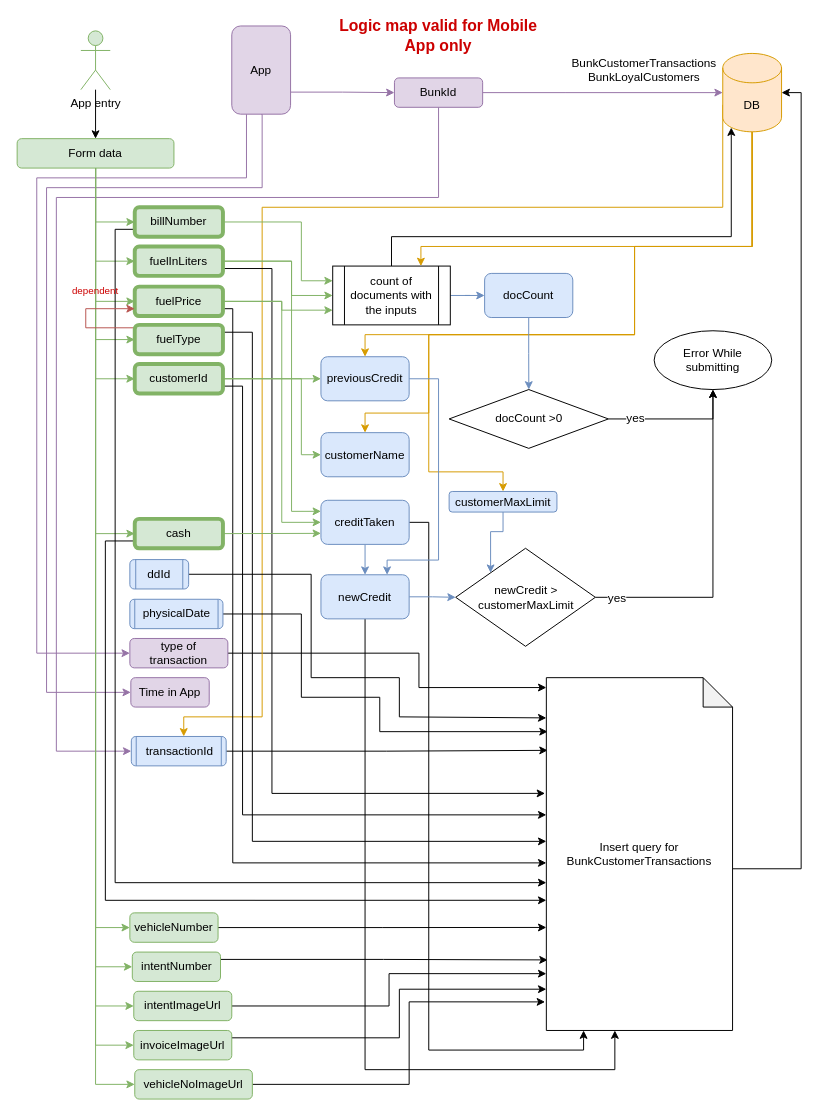
Before: page "Type == Expense" (2 of 3) of Creditor_Transactions.drawio in LakshEternl/GazoLogicMap, a draw.io diagram. Source tidied: cells renumbered, new cells numbered last; positions are measured from the earlier drawing's top-left corner, leaving out a move shared by most shapes. Both pictures are drawn from the tidied source at 98%, with x=0, y=0 at pixel (17, 21).
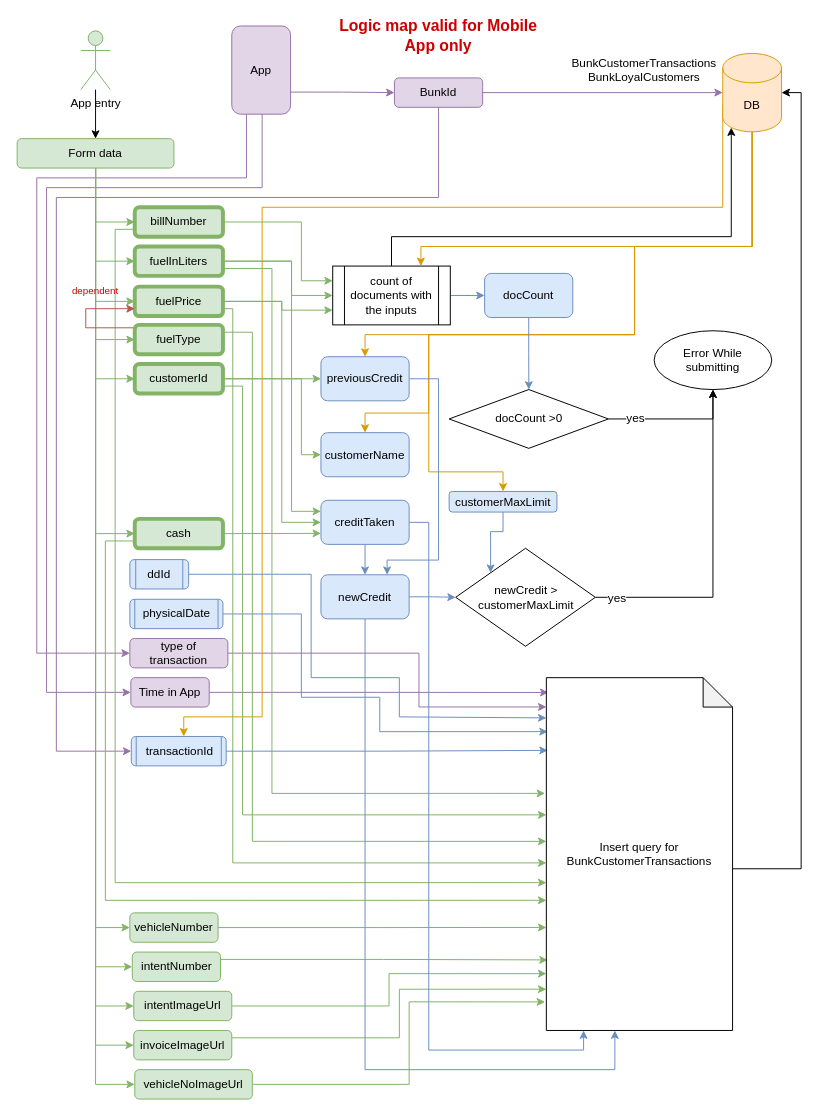
Above is the later version.

Unchanged cells that the change refers to:
```xml
<mxCell id="3" value="type of transaction" style="rounded=1;whiteSpace=wrap;html=1;fillColor=#e1d5e7;strokeColor=#9673a6;" parent="1" vertex="1">
  <mxGeometry x="115" y="630" width="100" height="30" as="geometry" />
</mxCell>
<mxCell id="4" value="Time in App" style="rounded=1;whiteSpace=wrap;html=1;fillColor=#e1d5e7;strokeColor=#9673a6;" parent="1" vertex="1">
  <mxGeometry x="116" y="670" width="80" height="30" as="geometry" />
</mxCell>
<mxCell id="34" value="ddId" style="shape=process;whiteSpace=wrap;html=1;backgroundOutline=1;fillColor=#dae8fc;strokeColor=#6c8ebf;rounded=1;" parent="1" vertex="1">
  <mxGeometry x="115" y="549.5" width="60" height="30" as="geometry" />
</mxCell>
<mxCell id="36" value="physicalDate" style="shape=process;whiteSpace=wrap;html=1;backgroundOutline=1;fillColor=#dae8fc;strokeColor=#6c8ebf;rounded=1;size=0.045454545454545456;" parent="1" vertex="1">
  <mxGeometry x="115" y="590" width="95" height="30" as="geometry" />
</mxCell>
<mxCell id="40" value="billNumber" style="rounded=1;whiteSpace=wrap;html=1;fillColor=#d5e8d4;strokeColor=#82b366;strokeWidth=4;" parent="1" vertex="1">
  <mxGeometry x="120" y="190" width="90" height="30" as="geometry" />
</mxCell>
<mxCell id="44" value="fuelInLiters" style="rounded=1;whiteSpace=wrap;html=1;fillColor=#d5e8d4;strokeColor=#82b366;strokeWidth=4;" parent="1" vertex="1">
  <mxGeometry x="120" y="230" width="90" height="30" as="geometry" />
</mxCell>
<mxCell id="48" value="fuelPrice" style="rounded=1;whiteSpace=wrap;html=1;fillColor=#d5e8d4;strokeColor=#82b366;strokeWidth=4;" parent="1" vertex="1">
  <mxGeometry x="120" y="271" width="90" height="30" as="geometry" />
</mxCell>
<mxCell id="59" value="intentImageUrl" style="rounded=1;whiteSpace=wrap;html=1;fillColor=#d5e8d4;strokeColor=#82b366;" parent="1" vertex="1">
  <mxGeometry x="119" y="990" width="100" height="30" as="geometry" />
</mxCell>
<mxCell id="61" value="invoiceImageUrl" style="rounded=1;whiteSpace=wrap;html=1;fillColor=#d5e8d4;strokeColor=#82b366;" parent="1" vertex="1">
  <mxGeometry x="119" y="1030" width="100" height="30" as="geometry" />
</mxCell>
<mxCell id="63" value="vehicleNoImageUrl" style="rounded=1;whiteSpace=wrap;html=1;fillColor=#d5e8d4;strokeColor=#82b366;" parent="1" vertex="1">
  <mxGeometry x="120" y="1070" width="120" height="30" as="geometry" />
</mxCell>
<mxCell id="66" value="fuelType" style="rounded=1;whiteSpace=wrap;html=1;fillColor=#d5e8d4;strokeColor=#82b366;strokeWidth=4;" parent="1" vertex="1">
  <mxGeometry x="120" y="310" width="90" height="30" as="geometry" />
</mxCell>
<mxCell id="70" value="customerId" style="rounded=1;whiteSpace=wrap;html=1;fillColor=#d5e8d4;strokeColor=#82b366;strokeWidth=4;" parent="1" vertex="1">
  <mxGeometry x="120" y="350" width="90" height="30" as="geometry" />
</mxCell>
<mxCell id="73" value="cash" style="rounded=1;whiteSpace=wrap;html=1;fillColor=#d5e8d4;strokeColor=#82b366;strokeWidth=4;" parent="1" vertex="1">
  <mxGeometry x="120" y="508" width="90" height="30" as="geometry" />
</mxCell>
<mxCell id="75" value="vehicleNumber" style="rounded=1;whiteSpace=wrap;html=1;fillColor=#d5e8d4;strokeColor=#82b366;" parent="1" vertex="1">
  <mxGeometry x="115" y="910" width="90" height="30" as="geometry" />
</mxCell>
<mxCell id="77" value="intentNumber" style="rounded=1;whiteSpace=wrap;html=1;fillColor=#d5e8d4;strokeColor=#82b366;" parent="1" vertex="1">
  <mxGeometry x="117.5" y="950" width="90" height="30" as="geometry" />
</mxCell>
<mxCell id="79" value="transactionId" style="shape=process;whiteSpace=wrap;html=1;backgroundOutline=1;fillColor=#dae8fc;strokeColor=#6c8ebf;rounded=1;size=0.02727272727272727;" parent="1" vertex="1">
  <mxGeometry x="116.5" y="730" width="96.8" height="30" as="geometry" />
</mxCell>
<mxCell id="82" value="creditTaken" style="rounded=1;whiteSpace=wrap;html=1;fillColor=#dae8fc;strokeColor=#6c8ebf;" parent="1" vertex="1">
  <mxGeometry x="310" y="489" width="90" height="45" as="geometry" />
</mxCell>
<mxCell id="89" value="newCredit" style="rounded=1;whiteSpace=wrap;html=1;fillColor=#dae8fc;strokeColor=#6c8ebf;" parent="1" vertex="1">
  <mxGeometry x="310" y="565" width="90" height="45" as="geometry" />
</mxCell>
<mxCell id="97" value="&lt;font style=&quot;font-size: 12px;&quot;&gt;&lt;font color=&quot;#000000&quot;&gt;Insert query for BunkCustomerTransactions&lt;/font&gt;&lt;br&gt;&lt;/font&gt;" style="shape=note;whiteSpace=wrap;html=1;backgroundOutline=1;darkOpacity=0.05;fontSize=10;fontColor=#CC0000;size=30;" parent="1" vertex="1">
  <mxGeometry x="540" y="670" width="190" height="360" as="geometry" />
</mxCell>
```

Change to the diagram source:
```diff
@@
-    <mxCell id="2" style="edgeStyle=orthogonalEdgeStyle;rounded=0;jettySize=auto;html=1;exitX=1;exitY=0.5;exitDx=0;exitDy=0;entryX=0;entryY=0.028;entryDx=0;entryDy=0;entryPerimeter=0;" parent="1" edge="1" source="3" target="97">
+    <mxCell id="2" style="edgeStyle=orthogonalEdgeStyle;rounded=0;jettySize=auto;html=1;exitX=1;exitY=0.5;exitDx=0;exitDy=0;entryX=0;entryY=0.083;entryDx=0;entryDy=0;entryPerimeter=0;fillColor=#e1d5e7;strokeColor=#9673a6;" parent="1" edge="1" source="3" target="97">
       <mxGeometry relative="1" as="geometry">
         <Array as="points">
           <mxPoint x="410" y="645" />
-          <mxPoint x="410" y="680" />
+          <mxPoint x="410" y="700" />
         </Array>
       </mxGeometry>
     </mxCell>
@@
+    <mxCell id="98" style="edgeStyle=orthogonalEdgeStyle;rounded=0;jettySize=auto;html=1;exitX=1;exitY=0.5;exitDx=0;exitDy=0;entryX=0.011;entryY=0.042;entryDx=0;entryDy=0;entryPerimeter=0;fontSize=12;fontColor=#000000;fillColor=#e1d5e7;strokeColor=#9673a6;" parent="1" edge="1" source="4" target="97">
+      <mxGeometry relative="1" as="geometry" />
+    </mxCell>
@@
-    <mxCell id="33" style="edgeStyle=orthogonalEdgeStyle;rounded=0;jettySize=auto;html=1;exitX=1;exitY=0.5;exitDx=0;exitDy=0;entryX=0;entryY=0.114;entryDx=0;entryDy=0;entryPerimeter=0;" parent="1" edge="1" source="34" target="97">
+    <mxCell id="33" style="edgeStyle=orthogonalEdgeStyle;rounded=0;jettySize=auto;html=1;exitX=1;exitY=0.5;exitDx=0;exitDy=0;entryX=0;entryY=0.114;entryDx=0;entryDy=0;entryPerimeter=0;fillColor=#dae8fc;strokeColor=#6c8ebf;" parent="1" edge="1" source="34" target="97">
       <mxGeometry relative="1" as="geometry">
         <Array as="points">
           <mxPoint x="300" y="565" />
           <mxPoint x="300" y="670" />
           <mxPoint x="390" y="670" />
           <mxPoint x="390" y="710" />
         </Array>
       </mxGeometry>
     </mxCell>
@@
-    <mxCell id="35" style="edgeStyle=orthogonalEdgeStyle;rounded=0;jettySize=auto;html=1;exitX=1;exitY=0.5;exitDx=0;exitDy=0;entryX=0.007;entryY=0.153;entryDx=0;entryDy=0;entryPerimeter=0;" parent="1" edge="1" source="36" target="97">
+    <mxCell id="35" style="edgeStyle=orthogonalEdgeStyle;rounded=0;jettySize=auto;html=1;exitX=1;exitY=0.5;exitDx=0;exitDy=0;entryX=0.007;entryY=0.153;entryDx=0;entryDy=0;entryPerimeter=0;fillColor=#dae8fc;strokeColor=#6c8ebf;" parent="1" edge="1" source="36" target="97">
       <mxGeometry relative="1" as="geometry">
         <Array as="points">
           <mxPoint x="290" y="605" />
           <mxPoint x="290" y="690" />
           <mxPoint x="370" y="690" />
           <mxPoint x="370" y="725" />
         </Array>
       </mxGeometry>
     </mxCell>
@@
-    <mxCell id="39" style="edgeStyle=orthogonalEdgeStyle;rounded=0;jettySize=auto;html=1;exitX=0;exitY=0.75;exitDx=0;exitDy=0;entryX=0;entryY=0.581;entryDx=0;entryDy=0;entryPerimeter=0;" parent="1" edge="1" source="40" target="97">
+    <mxCell id="39" style="edgeStyle=orthogonalEdgeStyle;rounded=0;jettySize=auto;html=1;exitX=0;exitY=0.75;exitDx=0;exitDy=0;entryX=0;entryY=0.581;entryDx=0;entryDy=0;entryPerimeter=0;fillColor=#d5e8d4;strokeColor=#82b366;" parent="1" edge="1" source="40" target="97">
       <mxGeometry relative="1" as="geometry" />
     </mxCell>
@@
-    <mxCell id="43" style="edgeStyle=orthogonalEdgeStyle;rounded=0;jettySize=auto;html=1;exitX=1;exitY=0.75;exitDx=0;exitDy=0;entryX=-0.007;entryY=0.328;entryDx=0;entryDy=0;entryPerimeter=0;" parent="1" edge="1" source="44" target="97">
+    <mxCell id="43" style="edgeStyle=orthogonalEdgeStyle;rounded=0;jettySize=auto;html=1;exitX=1;exitY=0.75;exitDx=0;exitDy=0;entryX=-0.007;entryY=0.328;entryDx=0;entryDy=0;entryPerimeter=0;fillColor=#d5e8d4;strokeColor=#82b366;" parent="1" edge="1" source="44" target="97">
       <mxGeometry relative="1" as="geometry">
         <Array as="points">
           <mxPoint x="260" y="253" />
           <mxPoint x="260" y="788" />
         </Array>
       </mxGeometry>
     </mxCell>
@@
-    <mxCell id="47" style="edgeStyle=orthogonalEdgeStyle;rounded=0;jettySize=auto;html=1;exitX=1;exitY=0.75;exitDx=0;exitDy=0;entryX=0;entryY=0.525;entryDx=0;entryDy=0;entryPerimeter=0;" parent="1" edge="1" source="48" target="97">
+    <mxCell id="47" style="edgeStyle=orthogonalEdgeStyle;rounded=0;jettySize=auto;html=1;exitX=1;exitY=0.75;exitDx=0;exitDy=0;entryX=0;entryY=0.525;entryDx=0;entryDy=0;entryPerimeter=0;fillColor=#d5e8d4;strokeColor=#82b366;" parent="1" edge="1" source="48" target="97">
       <mxGeometry relative="1" as="geometry">
         <Array as="points">
           <mxPoint x="220" y="294" />
           <mxPoint x="220" y="859" />
         </Array>
       </mxGeometry>
     </mxCell>
@@
-    <mxCell id="58" style="edgeStyle=orthogonalEdgeStyle;rounded=0;jettySize=auto;html=1;exitX=1;exitY=0.5;exitDx=0;exitDy=0;entryX=0;entryY=0.839;entryDx=0;entryDy=0;entryPerimeter=0;" parent="1" edge="1" source="59" target="97">
+    <mxCell id="58" style="edgeStyle=orthogonalEdgeStyle;rounded=0;jettySize=auto;html=1;exitX=1;exitY=0.5;exitDx=0;exitDy=0;entryX=0;entryY=0.839;entryDx=0;entryDy=0;entryPerimeter=0;fillColor=#d5e8d4;strokeColor=#82b366;" parent="1" edge="1" source="59" target="97">
       <mxGeometry relative="1" as="geometry" />
     </mxCell>
@@
-    <mxCell id="60" style="edgeStyle=orthogonalEdgeStyle;rounded=0;jettySize=auto;html=1;exitX=1;exitY=0.25;exitDx=0;exitDy=0;entryX=0;entryY=0.883;entryDx=0;entryDy=0;entryPerimeter=0;" parent="1" edge="1" source="61" target="97">
+    <mxCell id="60" style="edgeStyle=orthogonalEdgeStyle;rounded=0;jettySize=auto;html=1;exitX=1;exitY=0.25;exitDx=0;exitDy=0;entryX=0;entryY=0.883;entryDx=0;entryDy=0;entryPerimeter=0;fillColor=#d5e8d4;strokeColor=#82b366;" parent="1" edge="1" source="61" target="97">
       <mxGeometry relative="1" as="geometry">
         <Array as="points">
           <mxPoint x="390" y="1038" />
           <mxPoint x="390" y="988" />
         </Array>
       </mxGeometry>
     </mxCell>
@@
-    <mxCell id="62" style="edgeStyle=orthogonalEdgeStyle;rounded=0;jettySize=auto;html=1;exitX=1;exitY=0.5;exitDx=0;exitDy=0;entryX=-0.007;entryY=0.919;entryDx=0;entryDy=0;entryPerimeter=0;" parent="1" edge="1" source="63" target="97">
+    <mxCell id="62" style="edgeStyle=orthogonalEdgeStyle;rounded=0;jettySize=auto;html=1;exitX=1;exitY=0.5;exitDx=0;exitDy=0;entryX=-0.007;entryY=0.919;entryDx=0;entryDy=0;entryPerimeter=0;fillColor=#d5e8d4;strokeColor=#82b366;" parent="1" edge="1" source="63" target="97">
       <mxGeometry relative="1" as="geometry">
         <Array as="points">
           <mxPoint x="400" y="1085" />
           <mxPoint x="400" y="1001" />
         </Array>
       </mxGeometry>
     </mxCell>
@@
-    <mxCell id="65" style="edgeStyle=orthogonalEdgeStyle;rounded=0;jettySize=auto;html=1;exitX=1;exitY=0.25;exitDx=0;exitDy=0;entryX=0;entryY=0.464;entryDx=0;entryDy=0;entryPerimeter=0;" parent="1" edge="1" source="66" target="97">
+    <mxCell id="65" style="edgeStyle=orthogonalEdgeStyle;rounded=0;jettySize=auto;html=1;exitX=1;exitY=0.25;exitDx=0;exitDy=0;entryX=0;entryY=0.464;entryDx=0;entryDy=0;entryPerimeter=0;fillColor=#d5e8d4;strokeColor=#82b366;" parent="1" edge="1" source="66" target="97">
       <mxGeometry relative="1" as="geometry">
         <Array as="points">
           <mxPoint x="240" y="318" />
           <mxPoint x="240" y="837" />
         </Array>
       </mxGeometry>
     </mxCell>
@@
-    <mxCell id="69" style="edgeStyle=orthogonalEdgeStyle;rounded=0;jettySize=auto;html=1;exitX=1;exitY=0.75;exitDx=0;exitDy=0;" parent="1" edge="1" source="70" target="97">
+    <mxCell id="69" style="edgeStyle=orthogonalEdgeStyle;rounded=0;jettySize=auto;html=1;exitX=1;exitY=0.75;exitDx=0;exitDy=0;fillColor=#d5e8d4;strokeColor=#82b366;" parent="1" edge="1" source="70" target="97">
       <mxGeometry relative="1" as="geometry">
         <Array as="points">
           <mxPoint x="230" y="373" />
           <mxPoint x="230" y="810" />
         </Array>
       </mxGeometry>
     </mxCell>
@@
-    <mxCell id="72" style="edgeStyle=orthogonalEdgeStyle;rounded=0;jettySize=auto;html=1;exitX=0;exitY=0.75;exitDx=0;exitDy=0;entryX=0;entryY=0.631;entryDx=0;entryDy=0;entryPerimeter=0;" parent="1" edge="1" source="73" target="97">
+    <mxCell id="72" style="edgeStyle=orthogonalEdgeStyle;rounded=0;jettySize=auto;html=1;exitX=0;exitY=0.75;exitDx=0;exitDy=0;entryX=0;entryY=0.631;entryDx=0;entryDy=0;entryPerimeter=0;fillColor=#d5e8d4;strokeColor=#82b366;" parent="1" edge="1" source="73" target="97">
       <mxGeometry relative="1" as="geometry">
         <Array as="points">
           <mxPoint x="90" y="531" />
           <mxPoint x="90" y="897" />
         </Array>
       </mxGeometry>
     </mxCell>
@@
-    <mxCell id="74" style="edgeStyle=orthogonalEdgeStyle;rounded=0;jettySize=auto;html=1;exitX=1;exitY=0.5;exitDx=0;exitDy=0;entryX=0;entryY=0.708;entryDx=0;entryDy=0;entryPerimeter=0;" parent="1" edge="1" source="75" target="97">
+    <mxCell id="74" style="edgeStyle=orthogonalEdgeStyle;rounded=0;jettySize=auto;html=1;exitX=1;exitY=0.5;exitDx=0;exitDy=0;entryX=0;entryY=0.708;entryDx=0;entryDy=0;entryPerimeter=0;fillColor=#d5e8d4;strokeColor=#82b366;" parent="1" edge="1" source="75" target="97">
       <mxGeometry relative="1" as="geometry" />
     </mxCell>
@@
-    <mxCell id="76" style="edgeStyle=orthogonalEdgeStyle;rounded=0;jettySize=auto;html=1;exitX=1;exitY=0.25;exitDx=0;exitDy=0;entryX=0.007;entryY=0.8;entryDx=0;entryDy=0;entryPerimeter=0;" parent="1" edge="1" source="77" target="97">
+    <mxCell id="76" style="edgeStyle=orthogonalEdgeStyle;rounded=0;jettySize=auto;html=1;exitX=1;exitY=0.25;exitDx=0;exitDy=0;entryX=0.007;entryY=0.8;entryDx=0;entryDy=0;entryPerimeter=0;fillColor=#d5e8d4;strokeColor=#82b366;" parent="1" edge="1" source="77" target="97">
       <mxGeometry relative="1" as="geometry" />
     </mxCell>
@@
-    <mxCell id="78" style="edgeStyle=orthogonalEdgeStyle;rounded=0;jettySize=auto;html=1;exitX=1;exitY=0.5;exitDx=0;exitDy=0;entryX=0.007;entryY=0.206;entryDx=0;entryDy=0;entryPerimeter=0;" parent="1" edge="1" source="79" target="97">
+    <mxCell id="78" style="edgeStyle=orthogonalEdgeStyle;rounded=0;jettySize=auto;html=1;exitX=1;exitY=0.5;exitDx=0;exitDy=0;entryX=0.007;entryY=0.206;entryDx=0;entryDy=0;entryPerimeter=0;fillColor=#dae8fc;strokeColor=#6c8ebf;" parent="1" edge="1" source="79" target="97">
       <mxGeometry relative="1" as="geometry" />
     </mxCell>
@@
-    <mxCell id="81" style="edgeStyle=orthogonalEdgeStyle;rounded=0;jettySize=auto;html=1;exitX=1;exitY=0.5;exitDx=0;exitDy=0;entryX=0.2;entryY=1;entryDx=0;entryDy=0;entryPerimeter=0;" parent="1" edge="1" source="82" target="97">
+    <mxCell id="81" style="edgeStyle=orthogonalEdgeStyle;rounded=0;jettySize=auto;html=1;exitX=1;exitY=0.5;exitDx=0;exitDy=0;entryX=0.2;entryY=1;entryDx=0;entryDy=0;entryPerimeter=0;fillColor=#dae8fc;strokeColor=#6c8ebf;" parent="1" edge="1" source="82" target="97">
       <mxGeometry relative="1" as="geometry">
         <Array as="points">
           <mxPoint x="420" y="512" />
           <mxPoint x="420" y="1050" />
           <mxPoint x="578" y="1050" />
         </Array>
       </mxGeometry>
     </mxCell>
@@
-    <mxCell id="88" style="edgeStyle=orthogonalEdgeStyle;rounded=0;jettySize=auto;html=1;exitX=0.5;exitY=1;exitDx=0;exitDy=0;entryX=0.368;entryY=1;entryDx=0;entryDy=0;entryPerimeter=0;fontSize=12;fontColor=#000000;" parent="1" edge="1" source="89" target="97">
+    <mxCell id="88" style="edgeStyle=orthogonalEdgeStyle;rounded=0;jettySize=auto;html=1;exitX=0.5;exitY=1;exitDx=0;exitDy=0;entryX=0.368;entryY=1;entryDx=0;entryDy=0;entryPerimeter=0;fontSize=12;fontColor=#000000;fillColor=#dae8fc;strokeColor=#6c8ebf;" parent="1" edge="1" source="89" target="97">
       <mxGeometry relative="1" as="geometry">
         <Array as="points">
           <mxPoint x="355" y="1070" />
           <mxPoint x="610" y="1070" />
         </Array>
       </mxGeometry>
     </mxCell>
```
